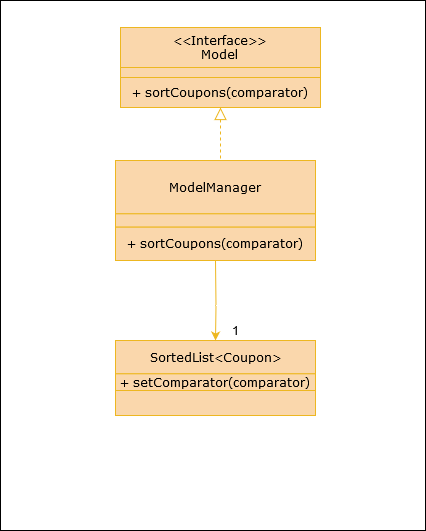
Before: docs/images/SortingClassDiagram.png, a diagram exported from draw.io (nus-cs2103-AY1920S2/addressbook-level3). Source tidied: cells renumbered, new cells last; positions are measured from the earlier drawing's top-left corner, leaving out a move shared by most shapes.
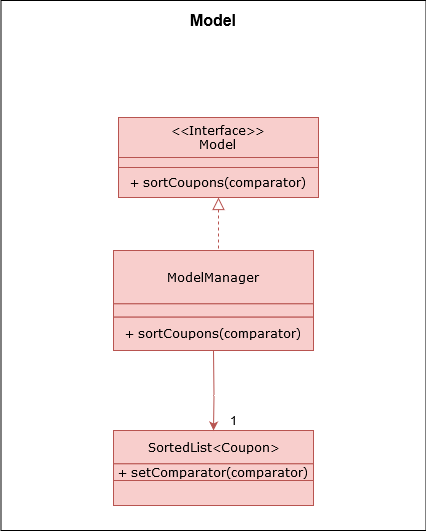
Later version of the same file.

Commit message:
Used puts archoved coupon at the bottom

Change to the diagram source:
```diff
@@ -3,44 +3,44 @@
     <mxCell id="0" />
     <mxCell id="1" parent="0" />
     <mxCell id="2" style="rounded=0;whiteSpace=wrap;html=1;fontFamily=Verdana;" parent="1" vertex="1">
-      <mxGeometry width="425" height="530" as="geometry" />
+      <mxGeometry x="2.5" y="-90" width="425" height="530" as="geometry" />
     </mxCell>
-    <mxCell id="3" value="&amp;lt;&amp;lt;Interface&amp;gt;&amp;gt;&lt;br&gt;Model" style="text;html=1;strokeColor=#EDB721;fillColor=#fad7ac;align=center;verticalAlign=middle;whiteSpace=wrap;rounded=0;fontFamily=Verdana;shadow=0;" parent="1" vertex="1">
+    <mxCell id="3" value="&amp;lt;&amp;lt;Interface&amp;gt;&amp;gt;&lt;br&gt;Model" style="text;html=1;strokeColor=#b85450;fillColor=#f8cecc;align=center;verticalAlign=middle;whiteSpace=wrap;rounded=0;fontFamily=Verdana;shadow=0;" parent="1" vertex="1">
       <mxGeometry x="120" y="27" width="200" height="40" as="geometry" />
     </mxCell>
-    <mxCell id="4" style="endArrow=block;html=1;fontColor=#FFFFFF;entryX=0.5;entryY=1;entryDx=0;entryDy=0;endFill=0;startSize=7;endSize=10;fontFamily=Verdana;dashed=1;fillColor=#fad7ac;strokeColor=#EDB721;shadow=0;" parent="1" edge="1" target="6">
+    <mxCell id="4" style="endArrow=block;html=1;fontColor=#FFFFFF;entryX=0.5;entryY=1;entryDx=0;entryDy=0;endFill=0;startSize=7;endSize=10;fontFamily=Verdana;dashed=1;fillColor=#f8cecc;strokeColor=#b85450;shadow=0;" parent="1" edge="1" target="6">
       <mxGeometry relative="1" as="geometry">
         <mxPoint x="220" y="170" as="sourcePoint" />
       </mxGeometry>
     </mxCell>
-    <mxCell id="5" style="text;html=1;strokeColor=#EDB721;fillColor=#fad7ac;align=center;verticalAlign=middle;whiteSpace=wrap;rounded=0;fontFamily=Verdana;shadow=0;" parent="1" vertex="1">
+    <mxCell id="5" style="text;html=1;strokeColor=#b85450;fillColor=#f8cecc;align=center;verticalAlign=middle;whiteSpace=wrap;rounded=0;fontFamily=Verdana;shadow=0;" parent="1" vertex="1">
       <mxGeometry x="120" y="67" width="200" height="10" as="geometry" />
     </mxCell>
-    <mxCell id="6" value="+ sortCoupons(comparator)" style="text;html=1;strokeColor=#EDB721;fillColor=#fad7ac;align=center;verticalAlign=middle;whiteSpace=wrap;rounded=0;fontFamily=Verdana;shadow=0;" parent="1" vertex="1">
+    <mxCell id="6" value="+ sortCoupons(comparator)" style="text;html=1;strokeColor=#b85450;fillColor=#f8cecc;align=center;verticalAlign=middle;whiteSpace=wrap;rounded=0;fontFamily=Verdana;shadow=0;" parent="1" vertex="1">
       <mxGeometry x="120" y="77" width="200" height="30" as="geometry" />
     </mxCell>
-    <mxCell id="7" style="group;fillColor=#fad7ac;strokeColor=#EDB721;shadow=0;" parent="1" vertex="1">
+    <mxCell id="7" style="group;fillColor=#f8cecc;strokeColor=#b85450;shadow=0;" parent="1" vertex="1">
       <mxGeometry x="115" y="160" width="200" height="100" as="geometry" />
     </mxCell>
-    <mxCell id="8" value="ModelManager" style="text;html=1;strokeColor=#EDB721;fillColor=#fad7ac;align=center;verticalAlign=middle;whiteSpace=wrap;rounded=0;fontFamily=Verdana;shadow=0;" parent="7" vertex="1">
+    <mxCell id="8" value="ModelManager" style="text;html=1;strokeColor=#b85450;fillColor=#f8cecc;align=center;verticalAlign=middle;whiteSpace=wrap;rounded=0;fontFamily=Verdana;shadow=0;" parent="7" vertex="1">
       <mxGeometry width="200" height="53.3" as="geometry" />
     </mxCell>
-    <mxCell id="9" style="text;html=1;strokeColor=#EDB721;fillColor=#fad7ac;align=center;verticalAlign=middle;whiteSpace=wrap;rounded=0;fontFamily=Verdana;shadow=0;" parent="7" vertex="1">
+    <mxCell id="9" style="text;html=1;strokeColor=#b85450;fillColor=#f8cecc;align=center;verticalAlign=middle;whiteSpace=wrap;rounded=0;fontFamily=Verdana;shadow=0;" parent="7" vertex="1">
       <mxGeometry y="53.3" width="200" height="13.3" as="geometry" />
     </mxCell>
-    <mxCell id="10" value="+ sortCoupons(comparator)" style="text;html=1;strokeColor=#EDB721;fillColor=#fad7ac;align=center;verticalAlign=middle;whiteSpace=wrap;rounded=0;fontFamily=Verdana;shadow=0;" parent="7" vertex="1">
+    <mxCell id="10" value="+ sortCoupons(comparator)" style="text;html=1;strokeColor=#b85450;fillColor=#f8cecc;align=center;verticalAlign=middle;whiteSpace=wrap;rounded=0;fontFamily=Verdana;shadow=0;" parent="7" vertex="1">
       <mxGeometry y="66.7" width="200" height="33.3" as="geometry" />
     </mxCell>
-    <mxCell id="11" style="group;fillColor=#fad7ac;strokeColor=#EDB721;shadow=0;" parent="1" vertex="1">
+    <mxCell id="11" style="group;fillColor=#f8cecc;strokeColor=#b85450;shadow=0;" parent="1" vertex="1">
       <mxGeometry x="115" y="340" width="200" height="75" as="geometry" />
     </mxCell>
-    <mxCell id="12" value="SortedList&amp;lt;Coupon&amp;gt;" style="text;html=1;strokeColor=#EDB721;fillColor=#fad7ac;align=center;verticalAlign=middle;whiteSpace=wrap;rounded=0;fontFamily=Verdana;shadow=0;" parent="11" vertex="1">
+    <mxCell id="12" value="SortedList&amp;lt;Coupon&amp;gt;" style="text;html=1;strokeColor=#b85450;fillColor=#f8cecc;align=center;verticalAlign=middle;whiteSpace=wrap;rounded=0;fontFamily=Verdana;shadow=0;" parent="11" vertex="1">
       <mxGeometry width="200" height="33.3" as="geometry" />
     </mxCell>
-    <mxCell id="13" value="+ setComparator(comparator)" style="text;html=1;strokeColor=#EDB721;fillColor=#fad7ac;align=center;verticalAlign=middle;whiteSpace=wrap;rounded=0;fontFamily=Verdana;shadow=0;" parent="11" vertex="1">
+    <mxCell id="13" value="+ setComparator(comparator)" style="text;html=1;strokeColor=#b85450;fillColor=#f8cecc;align=center;verticalAlign=middle;whiteSpace=wrap;rounded=0;fontFamily=Verdana;shadow=0;" parent="11" vertex="1">
       <mxGeometry y="33.3" width="200" height="16.7" as="geometry" />
     </mxCell>
-    <mxCell id="14" style="endArrow=classic;html=1;fontColor=#FFFFFF;exitX=0.75;exitY=1;exitDx=0;exitDy=0;fontFamily=Verdana;entryX=0.5;entryY=0;entryDx=0;entryDy=0;fillColor=#fad7ac;strokeColor=#EDB721;rounded=0;shadow=0;" parent="1" edge="1" target="12">
+    <mxCell id="14" style="endArrow=classic;html=1;fontColor=#FFFFFF;exitX=0.75;exitY=1;exitDx=0;exitDy=0;fontFamily=Verdana;entryX=0.5;entryY=0;entryDx=0;entryDy=0;fillColor=#f8cecc;strokeColor=#b85450;rounded=0;shadow=0;" parent="1" edge="1" target="12">
       <mxGeometry relative="1" as="geometry">
         <mxPoint x="215" y="260" as="sourcePoint" />
         <Array as="points">
@@ -48,8 +48,11 @@
         </Array>
       </mxGeometry>
     </mxCell>
-    <mxCell id="15" value="1" style="text;html=1;fillColor=none;align=center;verticalAlign=middle;whiteSpace=wrap;rounded=0;shadow=0;" parent="1" vertex="1">
+    <mxCell id="15" value="1" style="text;html=1;align=center;verticalAlign=middle;whiteSpace=wrap;rounded=0;shadow=0;" parent="1" vertex="1">
       <mxGeometry x="225" y="320" width="20" height="20" as="geometry" />
     </mxCell>
+    <mxCell id="16" value="&lt;font style=&quot;font-size: 16px&quot;&gt;&lt;b&gt;Model&lt;/b&gt;&lt;/font&gt;" style="text;html=1;strokeColor=none;fillColor=none;align=center;verticalAlign=middle;whiteSpace=wrap;rounded=0;" parent="1" vertex="1">
+      <mxGeometry x="195" y="-80" width="40" height="20" as="geometry" />
+    </mxCell>
   </root>
 </mxGraphModel>
```
